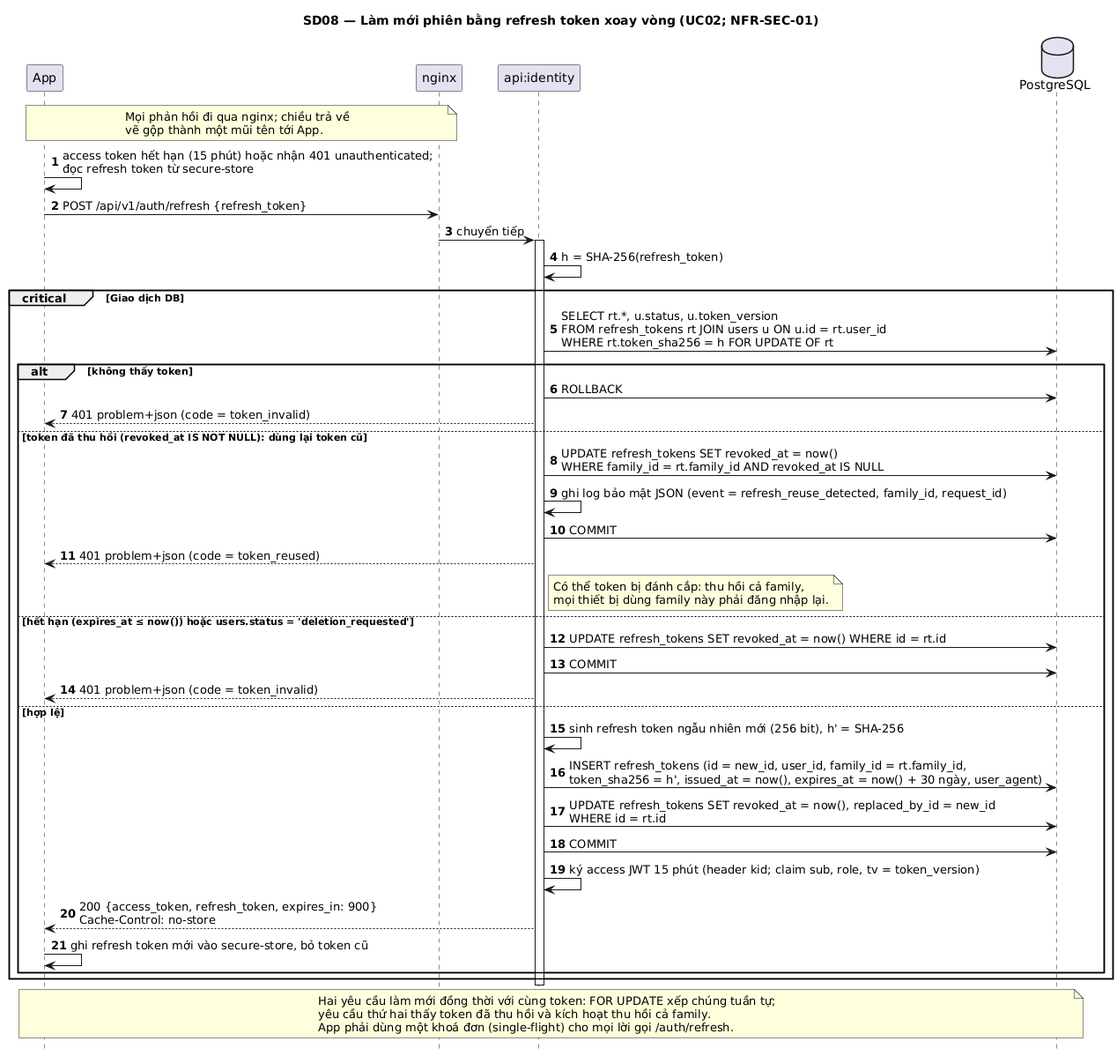
Above: docs/uml/out/sequence/SD08-lam-moi-token.png in NamBuw/Tastoria (PlantUML), before the change. Source of this version:
```plantuml
@startuml
title SD08 — Làm mới phiên bằng refresh token xoay vòng (UC02; NFR-SEC-01)
autonumber
hide footbox

participant "App" as APP
participant "nginx" as NGX
participant "api:identity" as IDN
database "PostgreSQL" as DB

note over APP, NGX : Mọi phản hồi đi qua nginx; chiều trả về\nvẽ gộp thành một mũi tên tới App.

APP -> APP : access token hết hạn (15 phút) hoặc nhận 401 unauthenticated;\nđọc refresh token từ secure-store
APP -> NGX : POST /api/v1/auth/refresh {refresh_token}
NGX -> IDN : chuyển tiếp
activate IDN
IDN -> IDN : h = SHA-256(refresh_token)
critical Giao dịch DB
  IDN -> DB : SELECT rt.*, u.status, u.token_version\nFROM refresh_tokens rt JOIN users u ON u.id = rt.user_id\nWHERE rt.token_sha256 = h FOR UPDATE OF rt
  alt không thấy token
    IDN -> DB : ROLLBACK
    IDN --> APP : 401 problem+json (code = token_invalid)
  else token đã thu hồi (revoked_at IS NOT NULL): dùng lại token cũ
    IDN -> DB : UPDATE refresh_tokens SET revoked_at = now()\nWHERE family_id = rt.family_id AND revoked_at IS NULL
    IDN -> IDN : ghi log bảo mật JSON (event = refresh_reuse_detected, family_id, request_id)
    IDN -> DB : COMMIT
    IDN --> APP : 401 problem+json (code = token_reused)
    note right of IDN : Có thể token bị đánh cắp: thu hồi cả family,\nmọi thiết bị dùng family này phải đăng nhập lại.
  else hết hạn (expires_at ≤ now()) hoặc users.status = 'deletion_requested'
    IDN -> DB : UPDATE refresh_tokens SET revoked_at = now() WHERE id = rt.id
    IDN -> DB : COMMIT
    IDN --> APP : 401 problem+json (code = token_invalid)
  else hợp lệ
    IDN -> IDN : sinh refresh token ngẫu nhiên mới (256 bit), h' = SHA-256
    IDN -> DB : INSERT refresh_tokens (id = new_id, user_id, family_id = rt.family_id,\ntoken_sha256 = h', issued_at = now(), expires_at = now() + 30 ngày, user_agent)
    IDN -> DB : UPDATE refresh_tokens SET revoked_at = now(), replaced_by_id = new_id\nWHERE id = rt.id
    IDN -> DB : COMMIT
    IDN -> IDN : ký access JWT 15 phút (header kid; claim sub, role, tv = token_version)
    IDN --> APP : 200 {access_token, refresh_token, expires_in: 900}\nCache-Control: no-store
    APP -> APP : ghi refresh token mới vào secure-store, bỏ token cũ
  end
end
deactivate IDN
note over APP, DB : Hai yêu cầu làm mới đồng thời với cùng token: FOR UPDATE xếp chúng tuần tự;\nyêu cầu thứ hai thấy token đã thu hồi và kích hoạt thu hồi cả family.\nApp phải dùng một khoá đơn (single-flight) cho mọi lời gọi /auth/refresh.
@enduml
```
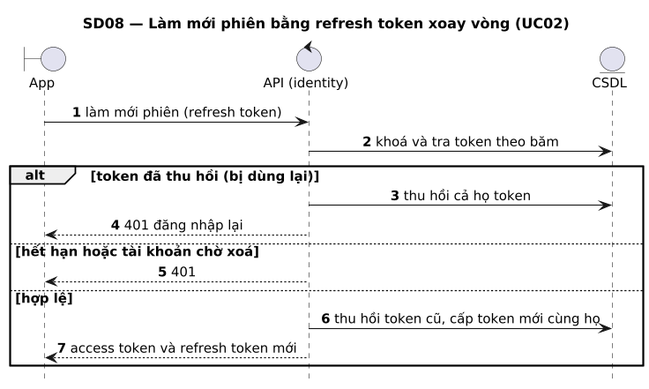
After the commit.

What changed in the source:
```diff
@@ -1,45 +1,28 @@
 @startuml
-title SD08 — Làm mới phiên bằng refresh token xoay vòng (UC02; NFR-SEC-01)
+title SD08 — Làm mới phiên bằng refresh token xoay vòng (UC02)
+skinparam shadowing false
+skinparam defaultFontName DejaVu Sans
+skinparam defaultFontSize 13
+skinparam dpi 110
+
 autonumber
 hide footbox
+skinparam sequenceMessageAlign center
+skinparam ParticipantPadding 30
 
-participant "App" as APP
-participant "nginx" as NGX
-participant "api:identity" as IDN
-database "PostgreSQL" as DB
+boundary "App" as APP
+control "API (identity)" as API
+entity "CSDL" as DB
 
-note over APP, NGX : Mọi phản hồi đi qua nginx; chiều trả về\nvẽ gộp thành một mũi tên tới App.
-
-APP -> APP : access token hết hạn (15 phút) hoặc nhận 401 unauthenticated;\nđọc refresh token từ secure-store
-APP -> NGX : POST /api/v1/auth/refresh {refresh_token}
-NGX -> IDN : chuyển tiếp
-activate IDN
-IDN -> IDN : h = SHA-256(refresh_token)
-critical Giao dịch DB
-  IDN -> DB : SELECT rt.*, u.status, u.token_version\nFROM refresh_tokens rt JOIN users u ON u.id = rt.user_id\nWHERE rt.token_sha256 = h FOR UPDATE OF rt
-  alt không thấy token
-    IDN -> DB : ROLLBACK
-    IDN --> APP : 401 problem+json (code = token_invalid)
-  else token đã thu hồi (revoked_at IS NOT NULL): dùng lại token cũ
-    IDN -> DB : UPDATE refresh_tokens SET revoked_at = now()\nWHERE family_id = rt.family_id AND revoked_at IS NULL
-    IDN -> IDN : ghi log bảo mật JSON (event = refresh_reuse_detected, family_id, request_id)
-    IDN -> DB : COMMIT
-    IDN --> APP : 401 problem+json (code = token_reused)
-    note right of IDN : Có thể token bị đánh cắp: thu hồi cả family,\nmọi thiết bị dùng family này phải đăng nhập lại.
-  else hết hạn (expires_at ≤ now()) hoặc users.status = 'deletion_requested'
-    IDN -> DB : UPDATE refresh_tokens SET revoked_at = now() WHERE id = rt.id
-    IDN -> DB : COMMIT
-    IDN --> APP : 401 problem+json (code = token_invalid)
-  else hợp lệ
-    IDN -> IDN : sinh refresh token ngẫu nhiên mới (256 bit), h' = SHA-256
-    IDN -> DB : INSERT refresh_tokens (id = new_id, user_id, family_id = rt.family_id,\ntoken_sha256 = h', issued_at = now(), expires_at = now() + 30 ngày, user_agent)
-    IDN -> DB : UPDATE refresh_tokens SET revoked_at = now(), replaced_by_id = new_id\nWHERE id = rt.id
-    IDN -> DB : COMMIT
-    IDN -> IDN : ký access JWT 15 phút (header kid; claim sub, role, tv = token_version)
-    IDN --> APP : 200 {access_token, refresh_token, expires_in: 900}\nCache-Control: no-store
-    APP -> APP : ghi refresh token mới vào secure-store, bỏ token cũ
-  end
+APP -> API : làm mới phiên (refresh token)
+API -> DB : khoá và tra token theo băm
+alt token đã thu hồi (bị dùng lại)
+  API -> DB : thu hồi cả họ token
+  API --> APP : 401 đăng nhập lại
+else hết hạn hoặc tài khoản chờ xoá
+  API --> APP : 401
+else hợp lệ
+  API -> DB : thu hồi token cũ, cấp token mới cùng họ
+  API --> APP : access token và refresh token mới
 end
-deactivate IDN
-note over APP, DB : Hai yêu cầu làm mới đồng thời với cùng token: FOR UPDATE xếp chúng tuần tự;\nyêu cầu thứ hai thấy token đã thu hồi và kích hoạt thu hồi cả family.\nApp phải dùng một khoá đơn (single-flight) cho mọi lời gọi /auth/refresh.
 @enduml
```
